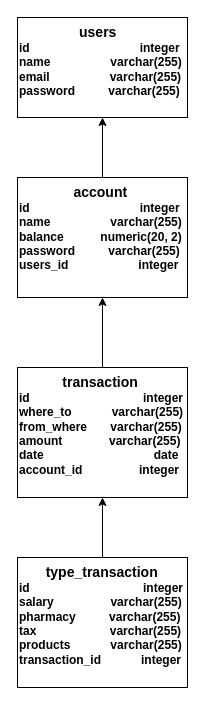
This is Untitled Diagram.drawio from shahenh/gitakan, a draw.io file, before an edit. Source tidied: cells renumbered, new cells numbered last; positions are measured from the earlier drawing's top-left corner, leaving out a move shared by most shapes. Both pictures are drawn from the tidied source at 100%, with x=0, y=0 at pixel (17, 17).
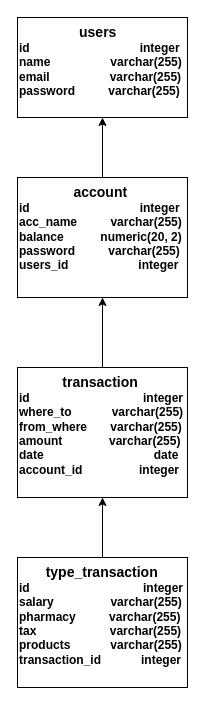
Above is the later version.

The edit, as a diff of the source:
```diff
@@
 <mxGraphModel>
   <root>
     <mxCell id="0" />
     <mxCell id="1" parent="0" />
     <mxCell id="2" value="&lt;b&gt;&lt;font&gt;&amp;nbsp; &amp;nbsp; &amp;nbsp; &amp;nbsp; &amp;nbsp; &amp;nbsp; &amp;nbsp; &amp;nbsp; &amp;nbsp; &lt;font style=&quot;font-size: 14px&quot;&gt;users&lt;/font&gt;&lt;br&gt;id&amp;nbsp; &amp;nbsp; &amp;nbsp; &amp;nbsp; &amp;nbsp; &amp;nbsp; &amp;nbsp; &amp;nbsp; &amp;nbsp; &amp;nbsp; &amp;nbsp; &amp;nbsp; &amp;nbsp; &amp;nbsp; &amp;nbsp; &amp;nbsp; &amp;nbsp;integer&lt;br&gt;name&amp;nbsp; &amp;nbsp; &amp;nbsp; &amp;nbsp; &amp;nbsp; &amp;nbsp; &amp;nbsp; &amp;nbsp; &amp;nbsp; varchar(255)&lt;br&gt;&lt;/font&gt;&lt;/b&gt;&lt;b&gt;&lt;font&gt;email&amp;nbsp; &amp;nbsp; &amp;nbsp; &amp;nbsp; &amp;nbsp; &amp;nbsp; &amp;nbsp; &amp;nbsp; &amp;nbsp; varchar(255)&lt;br&gt;password&amp;nbsp; &amp;nbsp; &amp;nbsp; &amp;nbsp; &amp;nbsp;&amp;nbsp;&lt;/font&gt;&lt;/b&gt;&lt;b&gt;varchar(255)&lt;/b&gt;&lt;b&gt;&lt;font&gt;&lt;br&gt;&lt;/font&gt;&lt;/b&gt;&lt;b&gt;&lt;font&gt;&lt;br&gt;&lt;br&gt;&lt;/font&gt;&lt;/b&gt;" style="rounded=0;whiteSpace=wrap;html=1;horizontal=1;verticalAlign=top;align=left;" parent="1" vertex="1">
       <mxGeometry width="170" height="100" as="geometry" />
     </mxCell>
-    <mxCell id="3" value="&lt;b&gt;&lt;font style=&quot;font-size: 14px&quot;&gt;&amp;nbsp; &amp;nbsp; &amp;nbsp; &amp;nbsp; &amp;nbsp; &amp;nbsp; &amp;nbsp; account&lt;/font&gt;&lt;br&gt;id&amp;nbsp; &amp;nbsp; &amp;nbsp; &amp;nbsp; &amp;nbsp; &amp;nbsp; &amp;nbsp; &amp;nbsp; &amp;nbsp; &amp;nbsp; &amp;nbsp; &amp;nbsp; &amp;nbsp; &amp;nbsp; &amp;nbsp; &amp;nbsp; &amp;nbsp;integer&lt;br&gt;name&amp;nbsp; &amp;nbsp; &amp;nbsp; &amp;nbsp; &amp;nbsp; &amp;nbsp; &amp;nbsp; &amp;nbsp; &amp;nbsp; varchar(255)&lt;br&gt;&lt;/b&gt;&lt;b&gt;balance&amp;nbsp; &amp;nbsp; &amp;nbsp; &amp;nbsp; &amp;nbsp; &amp;nbsp;numeric(20, 2)&lt;br&gt;password&amp;nbsp; &amp;nbsp; &amp;nbsp; &amp;nbsp; &amp;nbsp;&amp;nbsp;&lt;/b&gt;&lt;b&gt;varchar(255)&lt;br&gt;&lt;/b&gt;&lt;b&gt;users_id&amp;nbsp; &amp;nbsp; &amp;nbsp; &amp;nbsp; &amp;nbsp; &amp;nbsp; &amp;nbsp; &amp;nbsp; &amp;nbsp; &amp;nbsp; &amp;nbsp;integer&lt;br&gt;&lt;/b&gt;&lt;b&gt;&lt;br&gt;&lt;/b&gt;" style="rounded=0;whiteSpace=wrap;html=1;align=left;verticalAlign=top;" parent="1" vertex="1">
+    <mxCell id="3" value="&lt;b&gt;&lt;font style=&quot;font-size: 14px&quot;&gt;&amp;nbsp; &amp;nbsp; &amp;nbsp; &amp;nbsp; &amp;nbsp; &amp;nbsp; &amp;nbsp; account&lt;/font&gt;&lt;br&gt;id&amp;nbsp; &amp;nbsp; &amp;nbsp; &amp;nbsp; &amp;nbsp; &amp;nbsp; &amp;nbsp; &amp;nbsp; &amp;nbsp; &amp;nbsp; &amp;nbsp; &amp;nbsp; &amp;nbsp; &amp;nbsp; &amp;nbsp; &amp;nbsp; &amp;nbsp;integer&lt;br&gt;acc_name&amp;nbsp; &amp;nbsp; &amp;nbsp; &amp;nbsp; &amp;nbsp; varchar(255)&lt;br&gt;&lt;/b&gt;&lt;b&gt;balance&amp;nbsp; &amp;nbsp; &amp;nbsp; &amp;nbsp; &amp;nbsp; &amp;nbsp;numeric(20, 2)&lt;br&gt;password&amp;nbsp; &amp;nbsp; &amp;nbsp; &amp;nbsp; &amp;nbsp;&amp;nbsp;&lt;/b&gt;&lt;b&gt;varchar(255)&lt;br&gt;&lt;/b&gt;&lt;b&gt;users_id&amp;nbsp; &amp;nbsp; &amp;nbsp; &amp;nbsp; &amp;nbsp; &amp;nbsp; &amp;nbsp; &amp;nbsp; &amp;nbsp; &amp;nbsp; &amp;nbsp;integer&lt;br&gt;&lt;/b&gt;&lt;b&gt;&lt;br&gt;&lt;/b&gt;" style="rounded=0;whiteSpace=wrap;html=1;align=left;verticalAlign=top;" parent="1" vertex="1">
       <mxGeometry y="160" width="170" height="120" as="geometry" />
     </mxCell>
     <mxCell id="4" value="&lt;b&gt;&lt;font&gt;&amp;nbsp; &amp;nbsp; &amp;nbsp; &amp;nbsp; &lt;font style=&quot;font-size: 14px&quot;&gt;type_transaction&lt;/font&gt;&lt;/font&gt;&lt;br&gt;id&amp;nbsp; &amp;nbsp; &amp;nbsp; &amp;nbsp; &amp;nbsp; &amp;nbsp; &amp;nbsp; &amp;nbsp; &amp;nbsp; &amp;nbsp; &amp;nbsp; &amp;nbsp; &amp;nbsp; &amp;nbsp; &amp;nbsp; &amp;nbsp; &amp;nbsp; integer&lt;br&gt;salary&amp;nbsp; &amp;nbsp; &amp;nbsp; &amp;nbsp; &amp;nbsp; &amp;nbsp; &amp;nbsp; &amp;nbsp; &amp;nbsp;varchar(255)&lt;br&gt;&lt;/b&gt;&lt;b&gt;pharmacy&amp;nbsp; &amp;nbsp; &amp;nbsp; &amp;nbsp; &amp;nbsp; &lt;/b&gt;&lt;b&gt;varchar(255)&lt;/b&gt;&lt;b&gt;&lt;br&gt;tax&amp;nbsp; &amp;nbsp; &amp;nbsp; &amp;nbsp; &amp;nbsp; &amp;nbsp; &amp;nbsp; &amp;nbsp; &amp;nbsp; &amp;nbsp; &amp;nbsp;&amp;nbsp;&lt;/b&gt;&lt;b&gt;varchar(255)&lt;br&gt;&lt;/b&gt;&lt;b&gt;products&amp;nbsp; &amp;nbsp; &amp;nbsp; &amp;nbsp; &amp;nbsp; &amp;nbsp;&amp;nbsp;&lt;/b&gt;&lt;b&gt;varchar(255)&lt;br&gt;transaction_id&amp;nbsp; &amp;nbsp; &amp;nbsp; &amp;nbsp; &amp;nbsp; &amp;nbsp; integer&amp;nbsp;&lt;br&gt;&lt;/b&gt;" style="rounded=0;whiteSpace=wrap;html=1;align=left;verticalAlign=top;" parent="1" vertex="1">
       <mxGeometry y="540" width="170" height="130" as="geometry" />
     </mxCell>
     <mxCell id="5" value="&lt;b&gt;&lt;font&gt;&amp;nbsp; &amp;nbsp; &amp;nbsp; &amp;nbsp; &amp;nbsp; &amp;nbsp; &amp;nbsp;&lt;font style=&quot;font-size: 14px&quot;&gt;transaction&lt;/font&gt;&lt;/font&gt;&lt;br&gt;id&amp;nbsp; &amp;nbsp; &amp;nbsp; &amp;nbsp; &amp;nbsp; &amp;nbsp; &amp;nbsp; &amp;nbsp; &amp;nbsp; &amp;nbsp; &amp;nbsp; &amp;nbsp; &amp;nbsp; &amp;nbsp; &amp;nbsp; &amp;nbsp; &amp;nbsp; integer&lt;br&gt;where_to&amp;nbsp; &amp;nbsp; &amp;nbsp; &amp;nbsp; &amp;nbsp; &amp;nbsp; varchar(255)&lt;br&gt;&lt;/b&gt;&lt;b&gt;from_where&amp;nbsp; &amp;nbsp; &amp;nbsp; &amp;nbsp;&lt;/b&gt;&lt;b&gt;varchar(255)&lt;/b&gt;&lt;b&gt;&lt;br&gt;amount&amp;nbsp; &amp;nbsp; &amp;nbsp; &amp;nbsp; &amp;nbsp; &amp;nbsp; &amp;nbsp;&amp;nbsp;&lt;/b&gt;&lt;b&gt;varchar(255)&lt;br&gt;&lt;/b&gt;&lt;b&gt;date&amp;nbsp; &amp;nbsp; &amp;nbsp; &amp;nbsp; &amp;nbsp; &amp;nbsp; &amp;nbsp; &amp;nbsp; &amp;nbsp; &amp;nbsp; &amp;nbsp; &amp;nbsp; &amp;nbsp; &amp;nbsp; &amp;nbsp; &amp;nbsp; &amp;nbsp;&lt;/b&gt;&lt;b&gt;date&lt;br&gt;account_id&amp;nbsp; &amp;nbsp; &amp;nbsp; &amp;nbsp; &amp;nbsp; &amp;nbsp; &amp;nbsp; &amp;nbsp; &amp;nbsp;integer&amp;nbsp;&lt;/b&gt;" style="rounded=0;whiteSpace=wrap;html=1;align=left;verticalAlign=top;" parent="1" vertex="1">
       <mxGeometry y="350" width="170" height="130" as="geometry" />
     </mxCell>
     <mxCell id="6" style="endArrow=classic;html=1;exitX=0.5;exitY=0;exitDx=0;exitDy=0;" parent="1" edge="1" source="3" target="2">
       <mxGeometry relative="1" as="geometry" />
     </mxCell>
     <mxCell id="7" style="endArrow=classic;html=1;exitX=0.5;exitY=0;exitDx=0;exitDy=0;entryX=0.5;entryY=1;entryDx=0;entryDy=0;" parent="1" edge="1" source="5" target="3">
       <mxGeometry relative="1" as="geometry" />
     </mxCell>
     <mxCell id="8" style="endArrow=classic;html=1;entryX=0.5;entryY=1;entryDx=0;entryDy=0;exitX=0.5;exitY=0;exitDx=0;exitDy=0;" parent="1" edge="1" source="4" target="5">
       <mxGeometry relative="1" as="geometry" />
     </mxCell>
   </root>
 </mxGraphModel>
```
